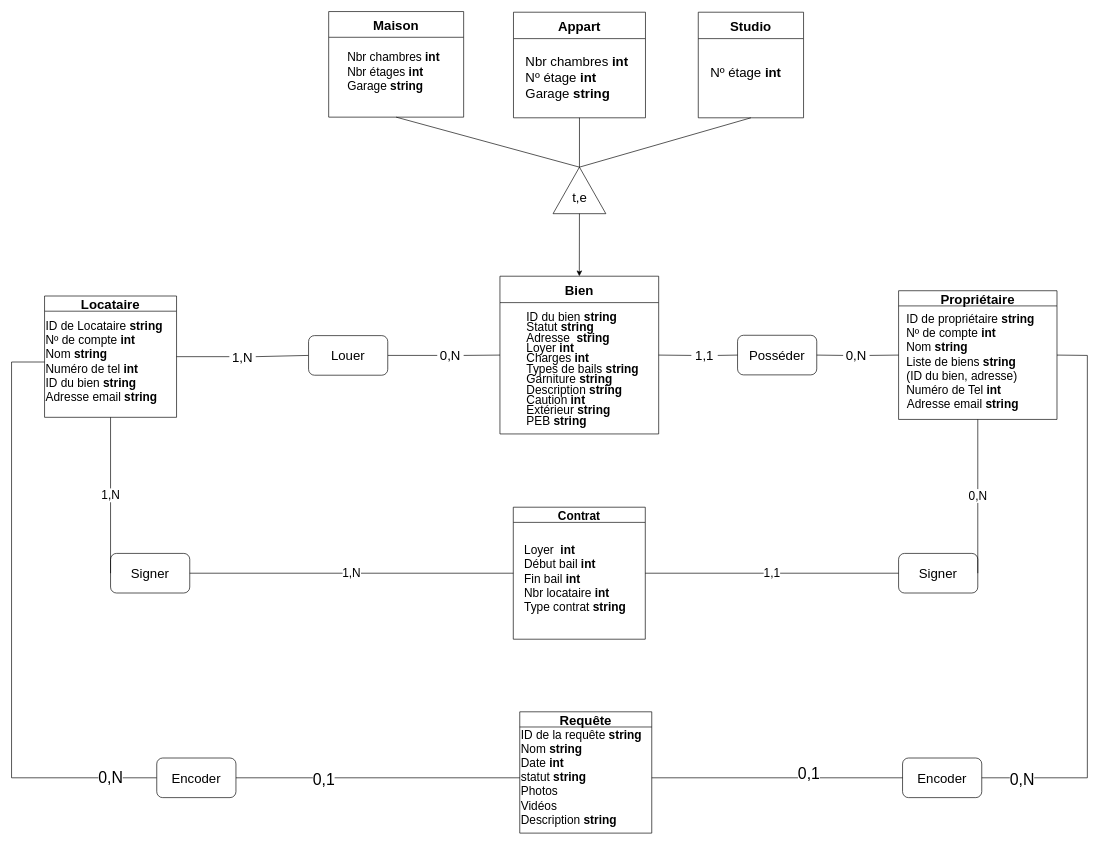
Julienthum/Co-Lock keeps this draw.io diagram as page "Schéma entités-associations" (1 of 20) of Ko-loc (1).drawio. Above is the earlier version. Source tidied: cells renumbered, new cells numbered last; positions are measured from the earlier drawing's top-left corner, leaving out a move shared by most shapes. Both pictures are drawn from the tidied source at 66%, with x=0, y=0 at pixel (11, 11).
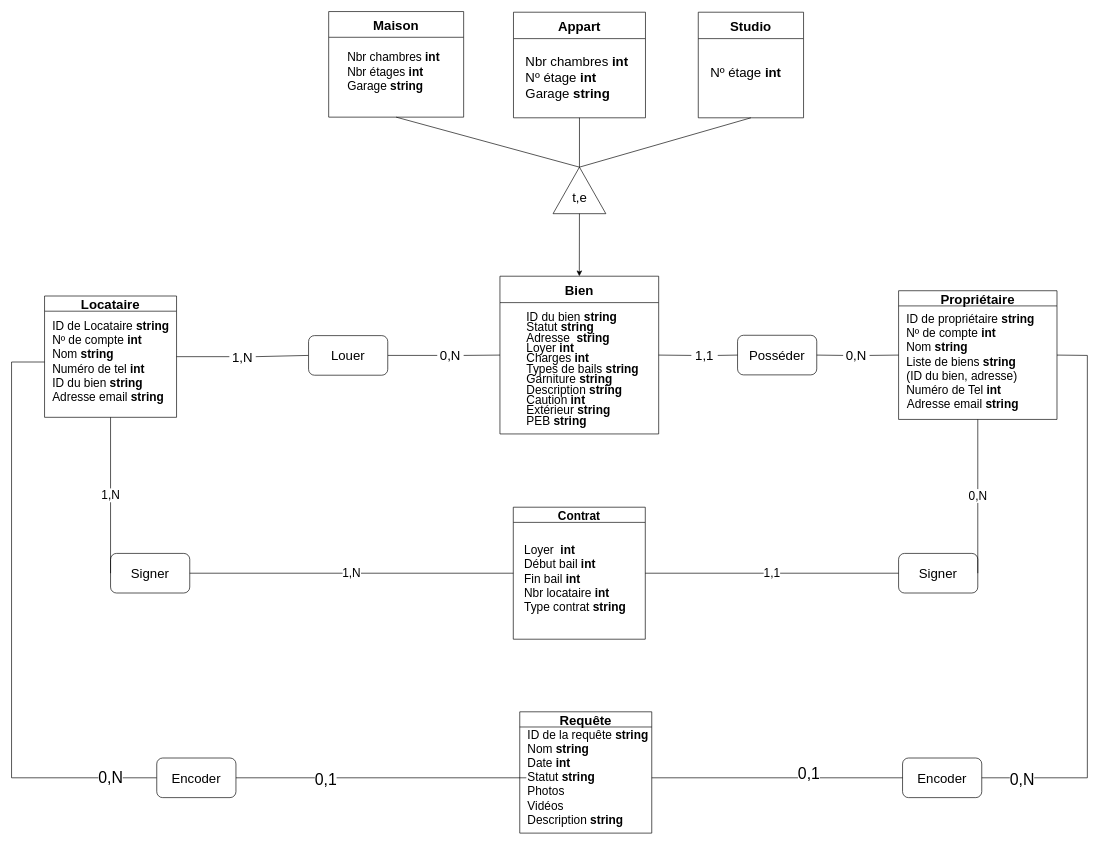
The same diagram, later.

The change refers to these unchanged cells:
```xml
<mxCell id="2" value="Locataire" style="swimlane;fontSize=20;" parent="1" vertex="1">
  <mxGeometry x="50" y="431" width="200" height="183.8" as="geometry" />
</mxCell>
<mxCell id="43" value="Requête" style="swimlane;fontSize=20;" parent="1" vertex="1">
  <mxGeometry x="770" y="1061" width="200" height="183.8" as="geometry" />
</mxCell>
```

Diff of the diagram source:
```diff
@@
     <mxCell id="3" value="&lt;p class=&quot;MsoListParagraphCxSpFirst&quot; style=&quot;margin: 0cm 0cm 0cm 36pt ; line-height: 15.6933px ; font-size: 11pt ; font-family: &amp;#34;calibri&amp;#34; , sans-serif ; text-indent: -18pt&quot;&gt;&lt;/p&gt;&lt;font style=&quot;font-size: 18px&quot;&gt;ID de Locataire &lt;b&gt;string&lt;/b&gt;&lt;br&gt;&lt;span lang=&quot;FR&quot; style=&quot;text-indent: -18pt&quot;&gt;&lt;font style=&quot;font-size: 18px&quot;&gt;Nº de compte &lt;b&gt;int&lt;/b&gt;&lt;/font&gt;&lt;/span&gt;&lt;br&gt;Nom &lt;b&gt;string&lt;/b&gt;&lt;br&gt;Numéro de tel &lt;b&gt;int&lt;/b&gt;&lt;br&gt;ID du bien &lt;b&gt;string&lt;/b&gt;&lt;br&gt;Adresse email&lt;b&gt; string&lt;br&gt;&lt;/b&gt;&lt;/font&gt;" style="text;html=1;strokeColor=none;fillColor=none;align=left;verticalAlign=middle;whiteSpace=wrap;rounded=0;" parent="2" vertex="1">
-      <mxGeometry y="35" width="190" height="130" as="geometry" />
+      <mxGeometry x="10" y="35" width="190" height="130" as="geometry" />
     </mxCell>
@@
-    <mxCell id="44" value="&lt;p class=&quot;MsoListParagraphCxSpFirst&quot; style=&quot;margin: 0cm 0cm 0cm 36pt ; line-height: 15.6933px ; font-size: 11pt ; font-family: &amp;#34;calibri&amp;#34; , sans-serif ; text-indent: -18pt&quot;&gt;&lt;/p&gt;&lt;font style=&quot;font-size: 18px&quot;&gt;ID de la requête &lt;b&gt;string&lt;/b&gt;&lt;br&gt;Nom &lt;b&gt;string&lt;/b&gt;&lt;br&gt;Date &lt;b&gt;int&lt;br&gt;&lt;/b&gt;statut &lt;b&gt;string&lt;/b&gt;&lt;br&gt;Photos&lt;br&gt;Vidéos&lt;br&gt;Description &lt;b&gt;string&lt;/b&gt;&lt;br&gt;&lt;/font&gt;" style="text;html=1;strokeColor=none;fillColor=none;align=left;verticalAlign=middle;whiteSpace=wrap;rounded=0;" parent="43" vertex="1">
-      <mxGeometry y="35" width="190" height="130" as="geometry" />
+    <mxCell id="44" value="&lt;p class=&quot;MsoListParagraphCxSpFirst&quot; style=&quot;margin: 0cm 0cm 0cm 36pt ; line-height: 15.6933px ; font-size: 11pt ; font-family: &amp;#34;calibri&amp;#34; , sans-serif ; text-indent: -18pt&quot;&gt;&lt;/p&gt;&lt;font style=&quot;font-size: 18px&quot;&gt;ID de la requête &lt;b&gt;string&lt;/b&gt;&lt;br&gt;Nom &lt;b&gt;string&lt;/b&gt;&lt;br&gt;Date &lt;b&gt;int&lt;br&gt;&lt;/b&gt;Statut &lt;b&gt;string&lt;/b&gt;&lt;br&gt;Photos&lt;br&gt;Vidéos&lt;br&gt;Description &lt;b&gt;string&lt;/b&gt;&lt;br&gt;&lt;/font&gt;" style="text;html=1;strokeColor=none;fillColor=none;align=left;verticalAlign=middle;whiteSpace=wrap;rounded=0;" parent="43" vertex="1">
+      <mxGeometry x="10" y="35" width="190" height="130" as="geometry" />
     </mxCell>
```
